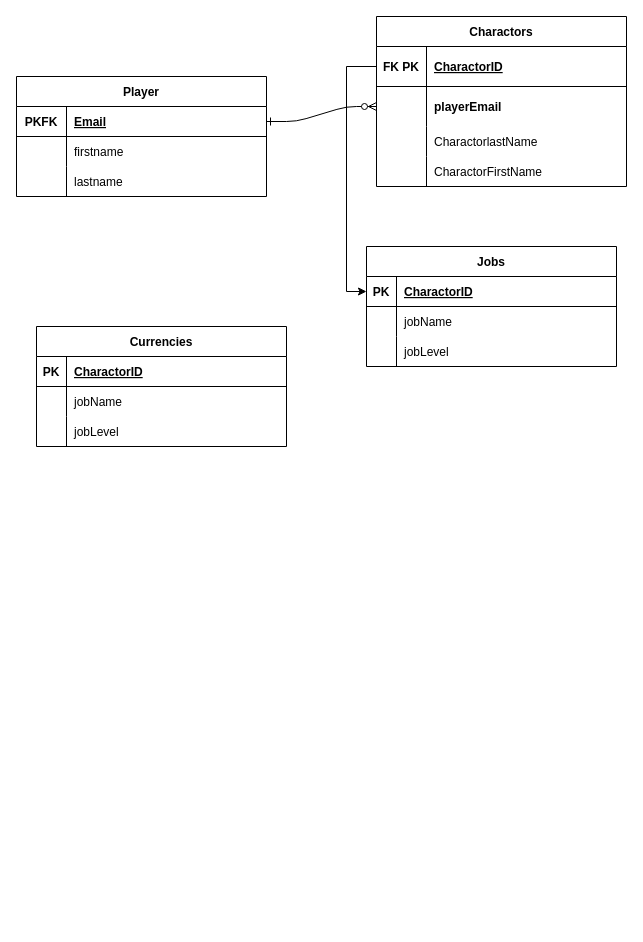
The draw.io diagram Untitled Diagram.drawio in ifffShang/5800-hw2, before the edit. Source tidied: cells renumbered, new cells numbered last; positions are measured from the earlier drawing's top-left corner, leaving out a move shared by most shapes. Both pictures are drawn from the tidied source at 100%, with x=0, y=0 at pixel (16, 16).
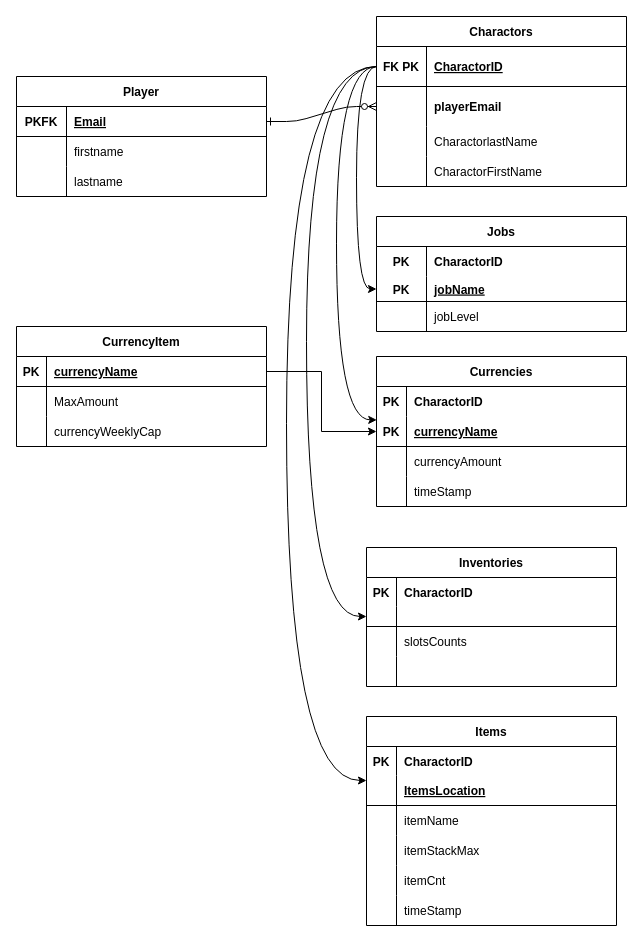
The same page after the edit.

Unchanged cells that the change refers to:
```xml
<mxCell id="4" style="shape=partialRectangle;fillColor=none;points=[[0,0.5],[1,0.5]];portConstraint=eastwest;top=0;left=0;right=0;bottom=1;" parent="3" vertex="1">
  <mxGeometry y="30" width="250" height="40" as="geometry" />
</mxCell>
<mxCell id="43" style="shape=partialRectangle;fillColor=none;top=0;left=0;right=0;bottom=0;" parent="36" vertex="1">
  <mxGeometry y="90" width="250" height="30" as="geometry" />
</mxCell>
```

Diff of the diagram source:
```diff
@@
+    <mxCell id="47" value="Items" style="shape=table;startSize=30;childLayout=tableLayout;rowLines=0;fontStyle=1;align=center;" parent="1" vertex="1">
+      <mxGeometry x="350" y="700" width="250" height="209" as="geometry" />
+    </mxCell>
+    <mxCell id="48" style="shape=partialRectangle;fillColor=none;top=0;left=0;right=0;bottom=0;fontStyle=1;" parent="47" vertex="1">
+      <mxGeometry y="30" width="250" height="29" as="geometry" />
+    </mxCell>
+    <mxCell id="49" value="PK" style="shape=partialRectangle;overflow=hidden;fillColor=none;top=0;left=0;bottom=0;right=0;fontStyle=1;" parent="48" vertex="1">
+      <mxGeometry width="30" height="29" as="geometry" />
+    </mxCell>
+    <mxCell id="50" value="CharactorID" style="shape=partialRectangle;overflow=hidden;fillColor=none;top=0;left=0;bottom=0;right=0;align=left;spacingLeft=6;fontStyle=1;" parent="48" vertex="1">
+      <mxGeometry x="30" width="220" height="29" as="geometry" />
+    </mxCell>
+    <mxCell id="51" style="shape=partialRectangle;fillColor=none;points=[[0,0.5],[1,0.5]];portConstraint=eastwest;top=0;left=0;right=0;bottom=1;" parent="47" vertex="1">
+      <mxGeometry y="59" width="250" height="30" as="geometry" />
+    </mxCell>
+    <mxCell id="52" style="shape=partialRectangle;overflow=hidden;fillColor=none;top=0;left=0;bottom=0;right=0;fontStyle=1;" parent="51" vertex="1">
+      <mxGeometry width="30" height="30" as="geometry" />
+    </mxCell>
+    <mxCell id="53" value="ItemsLocation" style="shape=partialRectangle;overflow=hidden;fillColor=none;top=0;left=0;bottom=0;right=0;align=left;spacingLeft=6;fontStyle=5;" parent="51" vertex="1">
+      <mxGeometry x="30" width="220" height="30" as="geometry" />
+    </mxCell>
+    <mxCell id="54" style="shape=partialRectangle;fillColor=none;top=0;left=0;right=0;bottom=0;" parent="47" vertex="1">
+      <mxGeometry y="89" width="250" height="30" as="geometry" />
+    </mxCell>
+    <mxCell id="55" style="shape=partialRectangle;overflow=hidden;fillColor=none;top=0;left=0;bottom=0;right=0;" parent="54" vertex="1">
+      <mxGeometry width="30" height="30" as="geometry" />
+    </mxCell>
+    <mxCell id="56" value="itemName" style="shape=partialRectangle;overflow=hidden;fillColor=none;top=0;left=0;bottom=0;right=0;align=left;spacingLeft=6;" parent="54" vertex="1">
+      <mxGeometry x="30" width="220" height="30" as="geometry" />
+    </mxCell>
+    <mxCell id="57" style="shape=partialRectangle;fillColor=none;top=0;left=0;right=0;bottom=0;" parent="47" vertex="1">
+      <mxGeometry y="119" width="250" height="30" as="geometry" />
+    </mxCell>
+    <mxCell id="58" style="shape=partialRectangle;overflow=hidden;fillColor=none;top=0;left=0;bottom=0;right=0;" parent="57" vertex="1">
+      <mxGeometry width="30" height="30" as="geometry" />
+    </mxCell>
+    <mxCell id="59" value="itemStackMax" style="shape=partialRectangle;overflow=hidden;fillColor=none;top=0;left=0;bottom=0;right=0;align=left;spacingLeft=6;" parent="57" vertex="1">
+      <mxGeometry x="30" width="220" height="30" as="geometry" />
+    </mxCell>
+    <mxCell id="60" style="shape=partialRectangle;fillColor=none;top=0;left=0;right=0;bottom=0;" parent="47" vertex="1">
+      <mxGeometry y="149" width="250" height="30" as="geometry" />
+    </mxCell>
+    <mxCell id="61" style="shape=partialRectangle;overflow=hidden;fillColor=none;top=0;left=0;bottom=0;right=0;" parent="60" vertex="1">
+      <mxGeometry width="30" height="30" as="geometry" />
+    </mxCell>
+    <mxCell id="62" value="itemCnt" style="shape=partialRectangle;overflow=hidden;fillColor=none;top=0;left=0;bottom=0;right=0;align=left;spacingLeft=6;" parent="60" vertex="1">
+      <mxGeometry x="30" width="220" height="30" as="geometry" />
+    </mxCell>
+    <mxCell id="63" style="shape=partialRectangle;fillColor=none;top=0;left=0;right=0;bottom=0;" parent="47" vertex="1">
+      <mxGeometry y="179" width="250" height="30" as="geometry" />
+    </mxCell>
+    <mxCell id="64" style="shape=partialRectangle;overflow=hidden;fillColor=none;top=0;left=0;bottom=0;right=0;" parent="63" vertex="1">
+      <mxGeometry width="30" height="30" as="geometry" />
+    </mxCell>
+    <mxCell id="65" value="timeStamp" style="shape=partialRectangle;overflow=hidden;fillColor=none;top=0;left=0;bottom=0;right=0;align=left;spacingLeft=6;" parent="63" vertex="1">
+      <mxGeometry x="30" width="220" height="30" as="geometry" />
+    </mxCell>
@@
     <mxCell id="16" value="Jobs" style="shape=table;startSize=30;childLayout=tableLayout;rowLines=0;fontStyle=1;align=center;" parent="1" vertex="1">
-      <mxGeometry x="350" y="230" width="250" height="120" as="geometry" />
+      <mxGeometry x="360" y="200" width="250" height="115" as="geometry" />
     </mxCell>
+    <mxCell id="20" style="shape=partialRectangle;fillColor=none;top=0;left=0;right=0;bottom=0;" parent="16" vertex="1">
+      <mxGeometry y="30" width="250" height="30" as="geometry" />
+    </mxCell>
+    <mxCell id="21" value="PK" style="shape=partialRectangle;overflow=hidden;fillColor=none;top=0;left=0;bottom=0;right=0;fontStyle=1;" parent="20" vertex="1">
+      <mxGeometry width="50" height="30" as="geometry" />
+    </mxCell>
+    <mxCell id="22" value="CharactorID" style="shape=partialRectangle;overflow=hidden;fillColor=none;top=0;left=0;bottom=0;right=0;align=left;spacingLeft=6;labelBorderColor=none;fontStyle=1;" parent="20" vertex="1">
+      <mxGeometry x="50" width="200" height="30" as="geometry" />
+    </mxCell>
     <mxCell id="17" style="shape=partialRectangle;fillColor=none;points=[[0,0.5],[1,0.5]];portConstraint=eastwest;top=0;left=0;right=0;bottom=1;" parent="16" vertex="1">
-      <mxGeometry y="30" width="250" height="30" as="geometry" />
+      <mxGeometry y="60" width="250" height="25" as="geometry" />
     </mxCell>
     <mxCell id="18" value="PK" style="shape=partialRectangle;overflow=hidden;fillColor=none;top=0;left=0;bottom=0;right=0;fontStyle=1;" parent="17" vertex="1">
-      <mxGeometry width="30" height="30" as="geometry" />
+      <mxGeometry width="50" height="25" as="geometry" />
     </mxCell>
-    <mxCell id="19" value="CharactorID" style="shape=partialRectangle;overflow=hidden;fillColor=none;top=0;left=0;bottom=0;right=0;align=left;spacingLeft=6;fontStyle=5;" parent="17" vertex="1">
-      <mxGeometry x="30" width="220" height="30" as="geometry" />
+    <mxCell id="19" value="jobName" style="shape=partialRectangle;overflow=hidden;fillColor=none;top=0;left=0;bottom=0;right=0;align=left;spacingLeft=6;fontStyle=5;" parent="17" vertex="1">
+      <mxGeometry x="50" width="200" height="25" as="geometry" />
     </mxCell>
-    <mxCell id="20" style="shape=partialRectangle;fillColor=none;top=0;left=0;right=0;bottom=0;" parent="16" vertex="1">
-      <mxGeometry y="60" width="250" height="30" as="geometry" />
-    </mxCell>
-    <mxCell id="21" style="shape=partialRectangle;overflow=hidden;fillColor=none;top=0;left=0;bottom=0;right=0;" parent="20" vertex="1">
-      <mxGeometry width="30" height="30" as="geometry" />
-    </mxCell>
-    <mxCell id="22" value="jobName" style="shape=partialRectangle;overflow=hidden;fillColor=none;top=0;left=0;bottom=0;right=0;align=left;spacingLeft=6;" parent="20" vertex="1">
-      <mxGeometry x="30" width="220" height="30" as="geometry" />
-    </mxCell>
     <mxCell id="23" style="shape=partialRectangle;fillColor=none;top=0;left=0;right=0;bottom=0;" parent="16" vertex="1">
-      <mxGeometry y="90" width="250" height="30" as="geometry" />
+      <mxGeometry y="85" width="250" height="30" as="geometry" />
     </mxCell>
     <mxCell id="24" style="shape=partialRectangle;overflow=hidden;fillColor=none;top=0;left=0;bottom=0;right=0;" parent="23" vertex="1">
-      <mxGeometry width="30" height="30" as="geometry" />
+      <mxGeometry width="50" height="30" as="geometry" />
     </mxCell>
     <mxCell id="25" value="jobLevel" style="shape=partialRectangle;overflow=hidden;fillColor=none;top=0;left=0;bottom=0;right=0;align=left;spacingLeft=6;" parent="23" vertex="1">
-      <mxGeometry x="30" width="220" height="30" as="geometry" />
+      <mxGeometry x="50" width="200" height="30" as="geometry" />
     </mxCell>
@@
     <mxCell id="36" value="Currencies" style="shape=table;startSize=30;childLayout=tableLayout;rowLines=0;fontStyle=1;align=center;" parent="1" vertex="1">
-      <mxGeometry x="20" y="310" width="250" height="120" as="geometry" />
+      <mxGeometry x="360" y="340" width="250" height="150" as="geometry" />
     </mxCell>
+    <mxCell id="40" style="shape=partialRectangle;fillColor=none;top=0;left=0;right=0;bottom=0;fontStyle=1;" parent="36" vertex="1">
+      <mxGeometry y="30" width="250" height="30" as="geometry" />
+    </mxCell>
+    <mxCell id="41" value="PK" style="shape=partialRectangle;overflow=hidden;fillColor=none;top=0;left=0;bottom=0;right=0;fontStyle=1;" parent="40" vertex="1">
+      <mxGeometry width="30" height="30" as="geometry" />
+    </mxCell>
+    <mxCell id="42" value="CharactorID" style="shape=partialRectangle;overflow=hidden;fillColor=none;top=0;left=0;bottom=0;right=0;align=left;spacingLeft=6;fontStyle=1;" parent="40" vertex="1">
+      <mxGeometry x="30" width="220" height="30" as="geometry" />
+    </mxCell>
     <mxCell id="37" style="shape=partialRectangle;fillColor=none;points=[[0,0.5],[1,0.5]];portConstraint=eastwest;top=0;left=0;right=0;bottom=1;" parent="36" vertex="1">
-      <mxGeometry y="30" width="250" height="30" as="geometry" />
+      <mxGeometry y="60" width="250" height="30" as="geometry" />
     </mxCell>
@@
-    <mxCell id="39" value="CharactorID" style="shape=partialRectangle;overflow=hidden;fillColor=none;top=0;left=0;bottom=0;right=0;align=left;spacingLeft=6;fontStyle=5;" parent="37" vertex="1">
+    <mxCell id="39" value="currencyName" style="shape=partialRectangle;overflow=hidden;fillColor=none;top=0;left=0;bottom=0;right=0;align=left;spacingLeft=6;fontStyle=5;" parent="37" vertex="1">
       <mxGeometry x="30" width="220" height="30" as="geometry" />
     </mxCell>
-    <mxCell id="40" style="shape=partialRectangle;fillColor=none;top=0;left=0;right=0;bottom=0;" parent="36" vertex="1">
-      <mxGeometry y="60" width="250" height="30" as="geometry" />
-    </mxCell>
-    <mxCell id="41" style="shape=partialRectangle;overflow=hidden;fillColor=none;top=0;left=0;bottom=0;right=0;" parent="40" vertex="1">
-      <mxGeometry width="30" height="30" as="geometry" />
-    </mxCell>
-    <mxCell id="42" value="jobName" style="shape=partialRectangle;overflow=hidden;fillColor=none;top=0;left=0;bottom=0;right=0;align=left;spacingLeft=6;" parent="40" vertex="1">
-      <mxGeometry x="30" width="220" height="30" as="geometry" />
-    </mxCell>
@@
-    <mxCell id="45" value="jobLevel" style="shape=partialRectangle;overflow=hidden;fillColor=none;top=0;left=0;bottom=0;right=0;align=left;spacingLeft=6;" parent="43" vertex="1">
+    <mxCell id="45" value="currencyAmount" style="shape=partialRectangle;overflow=hidden;fillColor=none;top=0;left=0;bottom=0;right=0;align=left;spacingLeft=6;" parent="43" vertex="1">
       <mxGeometry x="30" width="220" height="30" as="geometry" />
     </mxCell>
+    <mxCell id="66" style="shape=partialRectangle;fillColor=none;top=0;left=0;right=0;bottom=0;" parent="36" vertex="1">
+      <mxGeometry y="120" width="250" height="30" as="geometry" />
+    </mxCell>
+    <mxCell id="67" style="shape=partialRectangle;overflow=hidden;fillColor=none;top=0;left=0;bottom=0;right=0;" parent="66" vertex="1">
+      <mxGeometry width="30" height="30" as="geometry" />
+    </mxCell>
+    <mxCell id="68" value="timeStamp" style="shape=partialRectangle;overflow=hidden;fillColor=none;top=0;left=0;bottom=0;right=0;align=left;spacingLeft=6;" parent="66" vertex="1">
+      <mxGeometry x="30" width="220" height="30" as="geometry" />
+    </mxCell>
+    <mxCell id="69" value="CurrencyItem" style="shape=table;startSize=30;childLayout=tableLayout;rowLines=0;fontStyle=1;align=center;" parent="1" vertex="1">
+      <mxGeometry y="310" width="250" height="120" as="geometry" />
+    </mxCell>
+    <mxCell id="70" style="shape=partialRectangle;fillColor=none;points=[[0,0.5],[1,0.5]];portConstraint=eastwest;top=0;left=0;right=0;bottom=1;" parent="69" vertex="1">
+      <mxGeometry y="30" width="250" height="30" as="geometry" />
+    </mxCell>
+    <mxCell id="71" value="PK" style="shape=partialRectangle;overflow=hidden;fillColor=none;top=0;left=0;bottom=0;right=0;fontStyle=1;" parent="70" vertex="1">
+      <mxGeometry width="30" height="30" as="geometry" />
+    </mxCell>
+    <mxCell id="72" value="currencyName" style="shape=partialRectangle;overflow=hidden;fillColor=none;top=0;left=0;bottom=0;right=0;align=left;spacingLeft=6;fontStyle=5;" parent="70" vertex="1">
+      <mxGeometry x="30" width="220" height="30" as="geometry" />
+    </mxCell>
+    <mxCell id="73" style="shape=partialRectangle;fillColor=none;top=0;left=0;right=0;bottom=0;" parent="69" vertex="1">
+      <mxGeometry y="60" width="250" height="30" as="geometry" />
+    </mxCell>
+    <mxCell id="74" style="shape=partialRectangle;overflow=hidden;fillColor=none;top=0;left=0;bottom=0;right=0;" parent="73" vertex="1">
+      <mxGeometry width="30" height="30" as="geometry" />
+    </mxCell>
+    <mxCell id="75" value="MaxAmount" style="shape=partialRectangle;overflow=hidden;fillColor=none;top=0;left=0;bottom=0;right=0;align=left;spacingLeft=6;" parent="73" vertex="1">
+      <mxGeometry x="30" width="220" height="30" as="geometry" />
+    </mxCell>
+    <mxCell id="76" style="shape=partialRectangle;fillColor=none;top=0;left=0;right=0;bottom=0;" parent="69" vertex="1">
+      <mxGeometry y="90" width="250" height="30" as="geometry" />
+    </mxCell>
+    <mxCell id="77" style="shape=partialRectangle;overflow=hidden;fillColor=none;top=0;left=0;bottom=0;right=0;" parent="76" vertex="1">
+      <mxGeometry width="30" height="30" as="geometry" />
+    </mxCell>
+    <mxCell id="78" value="currencyWeeklyCap" style="shape=partialRectangle;overflow=hidden;fillColor=none;top=0;left=0;bottom=0;right=0;align=left;spacingLeft=6;" parent="76" vertex="1">
+      <mxGeometry x="30" width="220" height="30" as="geometry" />
+    </mxCell>
+    <mxCell id="79" style="edgeStyle=orthogonalEdgeStyle;rounded=0;jettySize=auto;html=1;exitX=1;exitY=0.5;exitDx=0;exitDy=0;entryX=0;entryY=0.5;entryDx=0;entryDy=0;" parent="1" edge="1" source="70" target="37">
+      <mxGeometry relative="1" as="geometry" />
+    </mxCell>
-    <mxCell id="46" style="edgeStyle=orthogonalEdgeStyle;rounded=0;jettySize=auto;html=1;exitX=0;exitY=0.5;exitDx=0;exitDy=0;entryX=0;entryY=0.5;entryDx=0;entryDy=0;" parent="1" edge="1" source="4" target="17">
+    <mxCell id="46" style="edgeStyle=orthogonalEdgeStyle;rounded=0;jettySize=auto;html=1;exitX=0;exitY=0.5;exitDx=0;exitDy=0;entryX=0;entryY=0.5;entryDx=0;entryDy=0;curved=1;" parent="1" edge="1" source="4" target="17">
       <mxGeometry relative="1" as="geometry" />
     </mxCell>
+    <mxCell id="80" style="edgeStyle=orthogonalEdgeStyle;rounded=0;jettySize=auto;html=1;exitX=0;exitY=0.5;exitDx=0;exitDy=0;entryX=0.001;entryY=0.113;entryDx=0;entryDy=0;entryPerimeter=0;curved=1;" parent="1" edge="1" source="4" target="37">
+      <mxGeometry relative="1" as="geometry">
+        <Array as="points">
+          <mxPoint x="320" y="50" />
+          <mxPoint x="320" y="403" />
+        </Array>
+      </mxGeometry>
+    </mxCell>
+    <mxCell id="81" style="edgeStyle=orthogonalEdgeStyle;rounded=0;jettySize=auto;html=1;exitX=0;exitY=0.5;exitDx=0;exitDy=0;entryX=0;entryY=0.5;entryDx=0;entryDy=0;curved=1;" parent="1" edge="1" source="4" target="86">
+      <mxGeometry relative="1" as="geometry">
+        <Array as="points">
+          <mxPoint x="290" y="50" />
+          <mxPoint x="290" y="600" />
+        </Array>
+      </mxGeometry>
+    </mxCell>
+    <mxCell id="82" value="Inventories" style="shape=table;startSize=30;childLayout=tableLayout;rowLines=0;fontStyle=1;align=center;" parent="1" vertex="1">
+      <mxGeometry x="350" y="531" width="250" height="139" as="geometry" />
+    </mxCell>
+    <mxCell id="83" style="shape=partialRectangle;fillColor=none;top=0;left=0;right=0;bottom=0;fontStyle=1;" parent="82" vertex="1">
+      <mxGeometry y="30" width="250" height="29" as="geometry" />
+    </mxCell>
+    <mxCell id="84" value="PK" style="shape=partialRectangle;overflow=hidden;fillColor=none;top=0;left=0;bottom=0;right=0;fontStyle=1;" parent="83" vertex="1">
+      <mxGeometry width="30" height="29" as="geometry" />
+    </mxCell>
+    <mxCell id="85" value="CharactorID" style="shape=partialRectangle;overflow=hidden;fillColor=none;top=0;left=0;bottom=0;right=0;align=left;spacingLeft=6;fontStyle=1;" parent="83" vertex="1">
+      <mxGeometry x="30" width="220" height="29" as="geometry" />
+    </mxCell>
+    <mxCell id="86" style="shape=partialRectangle;fillColor=none;points=[[0,0.5],[1,0.5]];portConstraint=eastwest;top=0;left=0;right=0;bottom=1;" parent="82" vertex="1">
+      <mxGeometry y="59" width="250" height="20" as="geometry" />
+    </mxCell>
+    <mxCell id="87" style="shape=partialRectangle;overflow=hidden;fillColor=none;top=0;left=0;bottom=0;right=0;fontStyle=1;" parent="86" vertex="1">
+      <mxGeometry width="30" height="20" as="geometry" />
+    </mxCell>
+    <mxCell id="88" style="shape=partialRectangle;overflow=hidden;fillColor=none;top=0;left=0;bottom=0;right=0;align=left;spacingLeft=6;fontStyle=5;" parent="86" vertex="1">
+      <mxGeometry x="30" width="220" height="20" as="geometry" />
+    </mxCell>
+    <mxCell id="89" style="shape=partialRectangle;fillColor=none;top=0;left=0;right=0;bottom=0;" parent="82" vertex="1">
+      <mxGeometry y="79" width="250" height="30" as="geometry" />
+    </mxCell>
+    <mxCell id="90" style="shape=partialRectangle;overflow=hidden;fillColor=none;top=0;left=0;bottom=0;right=0;" parent="89" vertex="1">
+      <mxGeometry width="30" height="30" as="geometry" />
+    </mxCell>
+    <mxCell id="91" value="slotsCounts" style="shape=partialRectangle;overflow=hidden;fillColor=none;top=0;left=0;bottom=0;right=0;align=left;spacingLeft=6;" parent="89" vertex="1">
+      <mxGeometry x="30" width="220" height="30" as="geometry" />
+    </mxCell>
+    <mxCell id="92" style="shape=partialRectangle;fillColor=none;top=0;left=0;right=0;bottom=0;" parent="82" vertex="1">
+      <mxGeometry y="109" width="250" height="30" as="geometry" />
+    </mxCell>
+    <mxCell id="93" style="shape=partialRectangle;overflow=hidden;fillColor=none;top=0;left=0;bottom=0;right=0;" parent="92" vertex="1">
+      <mxGeometry width="30" height="30" as="geometry" />
+    </mxCell>
+    <mxCell id="94" style="shape=partialRectangle;overflow=hidden;fillColor=none;top=0;left=0;bottom=0;right=0;align=left;spacingLeft=6;" parent="92" vertex="1">
+      <mxGeometry x="30" width="220" height="30" as="geometry" />
+    </mxCell>
+    <mxCell id="95" style="edgeStyle=orthogonalEdgeStyle;rounded=0;jettySize=auto;html=1;exitX=0;exitY=0.5;exitDx=0;exitDy=0;entryX=0;entryY=0.167;entryDx=0;entryDy=0;curved=1;entryPerimeter=0;" parent="1" edge="1" source="4" target="51">
+      <mxGeometry relative="1" as="geometry">
+        <Array as="points">
+          <mxPoint x="270" y="50" />
+          <mxPoint x="270" y="764" />
+        </Array>
+      </mxGeometry>
+    </mxCell>
```
